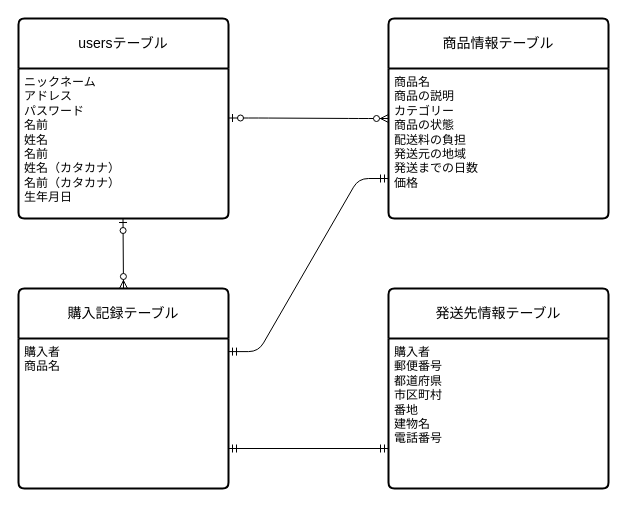
This is furima.dio from kenta9502/furima-41665, a draw.io file, before an edit. Source tidied: cells renumbered, new cells numbered last; positions are measured from the earlier drawing's top-left corner, leaving out a move shared by most shapes. Both pictures are drawn from the tidied source at 100%, with x=0, y=0 at pixel (18, 18).
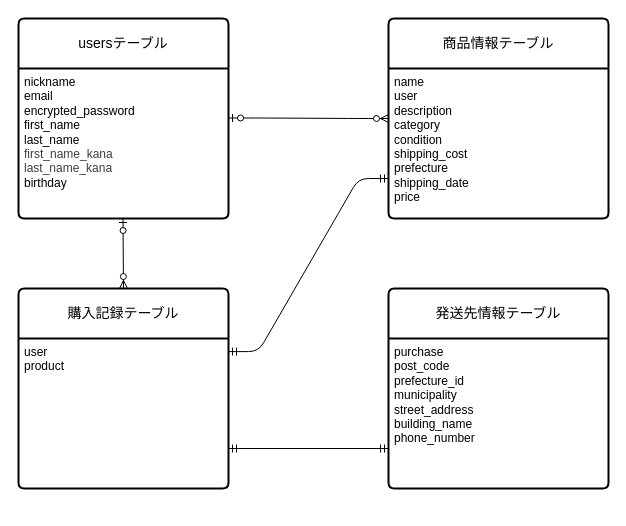
After the change.

Commit message (it also covers changes not shown here):
ER図、README修正⑦

The change refers to these unchanged cells:
```xml
<mxCell id="2" value="usersテーブル" style="swimlane;horizontal=1;startSize=50;rounded=1;fontSize=14;fontStyle=0;strokeWidth=2;shadow=0;dashed=0;align=center;arcSize=4;whiteSpace=wrap;html=1;" parent="1" vertex="1">
  <mxGeometry width="210" height="200" as="geometry" />
</mxCell>
<mxCell id="4" value="商品情報テーブル" style="swimlane;horizontal=1;startSize=50;rounded=1;fontSize=14;fontStyle=0;strokeWidth=2;shadow=0;dashed=0;align=center;arcSize=4;whiteSpace=wrap;html=1;" parent="1" vertex="1">
  <mxGeometry x="370" width="220" height="200" as="geometry" />
</mxCell>
<mxCell id="7" value="購入記録テーブル" style="swimlane;horizontal=1;startSize=50;rounded=1;fontSize=14;fontStyle=0;strokeWidth=2;shadow=0;dashed=0;align=center;arcSize=4;whiteSpace=wrap;html=1;" parent="1" vertex="1">
  <mxGeometry y="270" width="210" height="200" as="geometry" />
</mxCell>
<mxCell id="10" value="発送先情報テーブル" style="swimlane;horizontal=1;startSize=50;rounded=1;fontSize=14;fontStyle=0;strokeWidth=2;shadow=0;dashed=0;align=center;arcSize=4;whiteSpace=wrap;html=1;" parent="1" vertex="1">
  <mxGeometry x="370" y="270" width="220" height="200" as="geometry" />
</mxCell>
```

Diff of the diagram source:
```diff
@@
-    <mxCell id="3" value="ニックネーム&lt;div&gt;アドレス&lt;/div&gt;&lt;div&gt;パスワード&lt;/div&gt;&lt;div&gt;名前&lt;/div&gt;&lt;div&gt;姓名&lt;/div&gt;&lt;div&gt;名前&lt;/div&gt;&lt;div&gt;姓名（カタカナ）&lt;/div&gt;&lt;div&gt;名前（カタカナ）&lt;/div&gt;&lt;div&gt;生年月日&lt;/div&gt;" style="align=left;strokeColor=none;fillColor=none;spacingLeft=4;fontSize=12;verticalAlign=top;html=1;" parent="2" vertex="1">
+    <mxCell id="3" value="&lt;div&gt;nickname&lt;/div&gt;&lt;div&gt;email&lt;/div&gt;&lt;div&gt;encrypted_password&lt;/div&gt;&lt;div&gt;first_name&lt;/div&gt;&lt;div&gt;last_name&lt;/div&gt;&lt;div&gt;&lt;span style=&quot;color: rgb(63, 63, 63);&quot;&gt;first_name_kana&lt;/span&gt;&lt;br&gt;&lt;/div&gt;&lt;div&gt;&lt;span style=&quot;color: rgb(63, 63, 63);&quot;&gt;last_name_kana&lt;/span&gt;&lt;br&gt;&lt;/div&gt;&lt;div&gt;birthday&lt;/div&gt;" style="align=left;strokeColor=none;fillColor=none;spacingLeft=4;fontSize=12;verticalAlign=top;html=1;" parent="2" vertex="1">
       <mxGeometry y="50" width="210" height="150" as="geometry" />
     </mxCell>
@@
-    <mxCell id="5" value="&lt;div&gt;商品名&lt;/div&gt;&lt;div&gt;商品の説明&lt;/div&gt;&lt;div&gt;カテゴリー&lt;/div&gt;&lt;div&gt;商品の状態&lt;/div&gt;&lt;div&gt;配送料の負担&lt;/div&gt;&lt;div&gt;発送元の地域&lt;/div&gt;&lt;div&gt;発送までの日数&lt;/div&gt;&lt;div&gt;価格&lt;/div&gt;" style="align=left;strokeColor=none;fillColor=none;spacingLeft=4;fontSize=12;verticalAlign=top;html=1;" parent="4" vertex="1">
+    <mxCell id="5" value="&lt;div&gt;name&lt;/div&gt;&lt;div&gt;user&lt;/div&gt;&lt;div&gt;description&lt;/div&gt;&lt;div&gt;category&lt;/div&gt;&lt;div&gt;condition&lt;/div&gt;&lt;div&gt;shipping_cost&lt;/div&gt;&lt;div&gt;prefecture&lt;/div&gt;&lt;div&gt;shipping_date&lt;/div&gt;&lt;div&gt;price&lt;/div&gt;" style="align=left;strokeColor=none;fillColor=none;spacingLeft=4;fontSize=12;verticalAlign=top;html=1;" parent="4" vertex="1">
       <mxGeometry y="50" width="220" height="150" as="geometry" />
     </mxCell>
@@
-    <mxCell id="9" value="購入者&lt;div&gt;&lt;font color=&quot;#000000&quot;&gt;商品名&lt;br&gt;&lt;/font&gt;&lt;div&gt;&lt;br&gt;&lt;/div&gt;&lt;/div&gt;" style="align=left;strokeColor=none;fillColor=none;spacingLeft=4;fontSize=12;verticalAlign=top;html=1;" parent="7" vertex="1">
+    <mxCell id="9" value="&lt;div&gt;&lt;font color=&quot;#000000&quot;&gt;user&lt;/font&gt;&lt;/div&gt;&lt;div&gt;&lt;font color=&quot;#000000&quot;&gt;&lt;font color=&quot;#000000&quot;&gt;product&lt;br&gt;&lt;/font&gt;&lt;/font&gt;&lt;div&gt;&lt;br&gt;&lt;/div&gt;&lt;/div&gt;" style="align=left;strokeColor=none;fillColor=none;spacingLeft=4;fontSize=12;verticalAlign=top;html=1;" parent="7" vertex="1">
       <mxGeometry y="50" width="210" height="150" as="geometry" />
     </mxCell>
@@
-    <mxCell id="11" value="&lt;div&gt;購入者&lt;/div&gt;郵便番号&lt;div&gt;都道府県&lt;/div&gt;&lt;div&gt;市区町村&lt;/div&gt;&lt;div&gt;番地&lt;/div&gt;&lt;div&gt;建物名&lt;/div&gt;&lt;div&gt;電話番号&lt;/div&gt;&lt;div&gt;&lt;br&gt;&lt;/div&gt;" style="align=left;strokeColor=none;fillColor=none;spacingLeft=4;fontSize=12;verticalAlign=top;html=1;" parent="10" vertex="1">
+    <mxCell id="11" value="&lt;div&gt;purchase&lt;/div&gt;&lt;div&gt;post_code&lt;/div&gt;&lt;div&gt;prefecture_id&lt;/div&gt;&lt;div&gt;municipality&lt;/div&gt;&lt;div&gt;street_address&lt;/div&gt;&lt;div&gt;building_name&lt;/div&gt;&lt;div&gt;phone_number&lt;/div&gt;&lt;div&gt;&lt;br&gt;&lt;/div&gt;" style="align=left;strokeColor=none;fillColor=none;spacingLeft=4;fontSize=12;verticalAlign=top;html=1;" parent="10" vertex="1">
       <mxGeometry y="50" width="220" height="150" as="geometry" />
     </mxCell>
```
